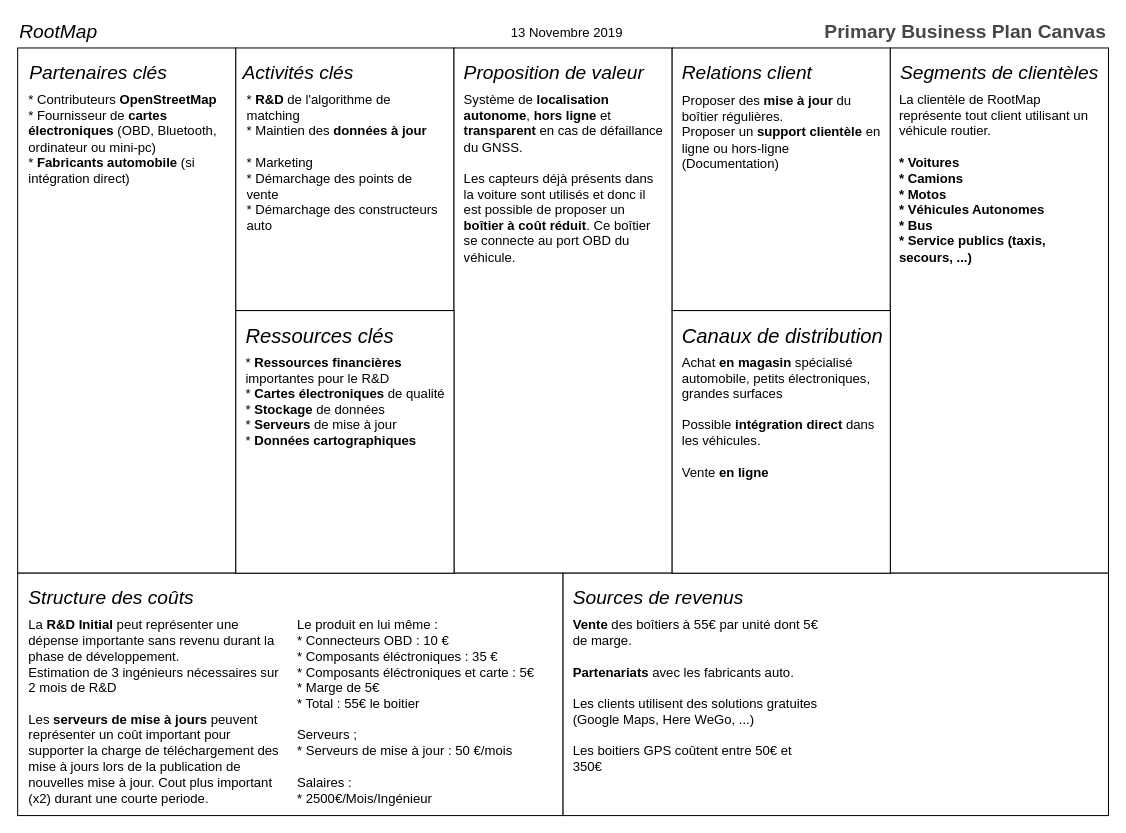
Earlier version of the draw.io diagram rootmap-business-modal-canvas.drawio (EpicKiwi/RootMap-innov). Source tidied: cells renumbered, new cells numbered last; positions are measured from the earlier drawing's top-left corner, leaving out a move shared by most shapes. Both pictures are drawn from the tidied source at 101%, with x=0, y=0 at pixel (17, 17).
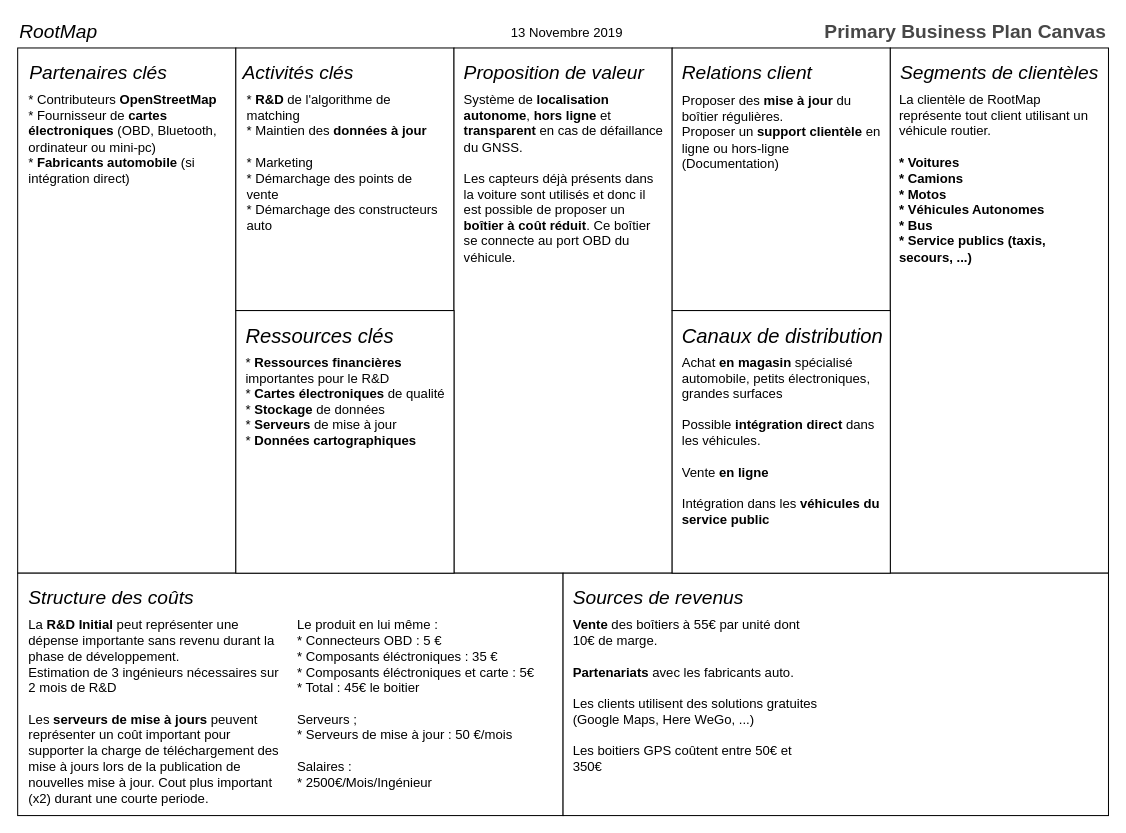
The same page after the edit.

Change to the diagram source:
```diff
@@
-    <mxCell id="25" value="&lt;div&gt;Achat &lt;b&gt;en magasin&lt;/b&gt; spécialisé automobile, petits électroniques, grandes surfaces&lt;br&gt;&lt;/div&gt;&lt;div&gt;&lt;br&gt;&lt;/div&gt;&lt;div&gt;Possible &lt;b&gt;intégration direct&lt;/b&gt; dans les véhicules.&lt;/div&gt;&lt;div&gt;&lt;br&gt;&lt;/div&gt;&lt;div&gt;Vente &lt;b&gt;en ligne&lt;/b&gt;&lt;br&gt;&lt;/div&gt;" style="text;html=1;strokeColor=none;fillColor=none;spacing=2;spacingTop=-3;whiteSpace=wrap;overflow=hidden;rounded=0;fontFamily=Helvetica;fontSize=13;align=left;" parent="1" vertex="1">
+    <mxCell id="25" value="&lt;div&gt;Achat &lt;b&gt;en magasin&lt;/b&gt; spécialisé automobile, petits électroniques, grandes surfaces&lt;br&gt;&lt;/div&gt;&lt;div&gt;&lt;br&gt;&lt;/div&gt;&lt;div&gt;Possible &lt;b&gt;intégration direct&lt;/b&gt; dans les véhicules.&lt;/div&gt;&lt;div&gt;&lt;br&gt;&lt;/div&gt;&lt;div&gt;Vente &lt;b&gt;en ligne&lt;/b&gt;&lt;/div&gt;&lt;div&gt;&lt;b&gt;&lt;br&gt;&lt;/b&gt;&lt;/div&gt;&lt;div&gt;Intégration dans les &lt;b&gt;véhicules du service public&lt;/b&gt;&lt;br&gt;&lt;/div&gt;" style="text;html=1;strokeColor=none;fillColor=none;spacing=2;spacingTop=-3;whiteSpace=wrap;overflow=hidden;rounded=0;fontFamily=Helvetica;fontSize=13;align=left;" parent="1" vertex="1">
       <mxGeometry x="656" y="330" width="201" height="210" as="geometry" />
     </mxCell>
@@
-    <mxCell id="28" value="&lt;div&gt;&lt;b&gt;Vente&lt;/b&gt; des boîtiers à 55€ par unité dont 5€ de marge.&lt;/div&gt;&lt;div&gt;&lt;br&gt;&lt;/div&gt;&lt;div&gt;&lt;b&gt;Partenariats&lt;/b&gt; avec les fabricants auto.&lt;/div&gt;&lt;div&gt;&lt;br&gt;&lt;/div&gt;&lt;div&gt;Les clients utilisent des solutions gratuites (Google Maps, Here WeGo, ...)&lt;/div&gt;&lt;div&gt;&lt;br&gt;&lt;/div&gt;&lt;div&gt;Les boitiers GPS coûtent entre 50€ et 350€&lt;br&gt;&lt;/div&gt;" style="text;html=1;strokeColor=none;fillColor=none;spacing=2;spacingTop=-3;whiteSpace=wrap;overflow=hidden;rounded=0;fontFamily=Helvetica;fontSize=13;align=left;" parent="1" vertex="1">
+    <mxCell id="28" value="&lt;div&gt;&lt;b&gt;Vente&lt;/b&gt; des boîtiers à 55€ par unité dont 10€ de marge.&lt;/div&gt;&lt;div&gt;&lt;br&gt;&lt;/div&gt;&lt;div&gt;&lt;b&gt;Partenariats&lt;/b&gt; avec les fabricants auto.&lt;/div&gt;&lt;div&gt;&lt;br&gt;&lt;/div&gt;&lt;div&gt;Les clients utilisent des solutions gratuites (Google Maps, Here WeGo, ...)&lt;/div&gt;&lt;div&gt;&lt;br&gt;&lt;/div&gt;&lt;div&gt;Les boitiers GPS coûtent entre 50€ et 350€&lt;br&gt;&lt;/div&gt;" style="text;html=1;strokeColor=none;fillColor=none;spacing=2;spacingTop=-3;whiteSpace=wrap;overflow=hidden;rounded=0;fontFamily=Helvetica;fontSize=13;align=left;" parent="1" vertex="1">
       <mxGeometry x="548" y="590" width="251" height="190" as="geometry" />
     </mxCell>
@@
-    <mxCell id="32" value="&lt;div&gt;Le produit en lui même :&lt;/div&gt;&lt;div&gt;* Connecteurs OBD : 10 €&lt;/div&gt;&lt;div&gt;* Composants éléctroniques : 35 €&lt;/div&gt;&lt;div&gt;* Composants éléctroniques et carte : 5€&lt;/div&gt;&lt;div&gt;* Marge de 5€&lt;br&gt;&lt;/div&gt;&lt;div&gt;* Total : 55€ le boitier&lt;/div&gt;&lt;div&gt;&lt;br&gt;&lt;/div&gt;&lt;div&gt;Serveurs ;&lt;/div&gt;&lt;div&gt;* Serveurs de mise à jour : 50 €/mois&lt;/div&gt;&lt;div&gt;&lt;br&gt;&lt;/div&gt;&lt;div&gt;Salaires :&lt;/div&gt;&lt;div&gt;* 2500€/Mois/Ingénieur&lt;br&gt;&lt;/div&gt;&lt;div&gt;&lt;br&gt;&lt;/div&gt;" style="text;html=1;strokeColor=none;fillColor=none;spacing=2;spacingTop=-3;whiteSpace=wrap;overflow=hidden;rounded=0;fontFamily=Helvetica;fontSize=13;align=left;" parent="1" vertex="1">
+    <mxCell id="32" value="&lt;div&gt;Le produit en lui même :&lt;/div&gt;&lt;div&gt;* Connecteurs OBD : 5 €&lt;/div&gt;&lt;div&gt;* Composants éléctroniques : 35 €&lt;/div&gt;&lt;div&gt;* Composants éléctroniques et carte : 5€&lt;/div&gt;&lt;div&gt;* Total : 45€ le boitier&lt;/div&gt;&lt;div&gt;&lt;br&gt;&lt;/div&gt;&lt;div&gt;Serveurs ;&lt;/div&gt;&lt;div&gt;* Serveurs de mise à jour : 50 €/mois&lt;/div&gt;&lt;div&gt;&lt;br&gt;&lt;/div&gt;&lt;div&gt;Salaires :&lt;/div&gt;&lt;div&gt;* 2500€/Mois/Ingénieur&lt;br&gt;&lt;/div&gt;&lt;div&gt;&lt;br&gt;&lt;/div&gt;" style="text;html=1;strokeColor=none;fillColor=none;spacing=2;spacingTop=-3;whiteSpace=wrap;overflow=hidden;rounded=0;fontFamily=Helvetica;fontSize=13;align=left;" parent="1" vertex="1">
       <mxGeometry x="274.5" y="590" width="251" height="190" as="geometry" />
     </mxCell>
```
